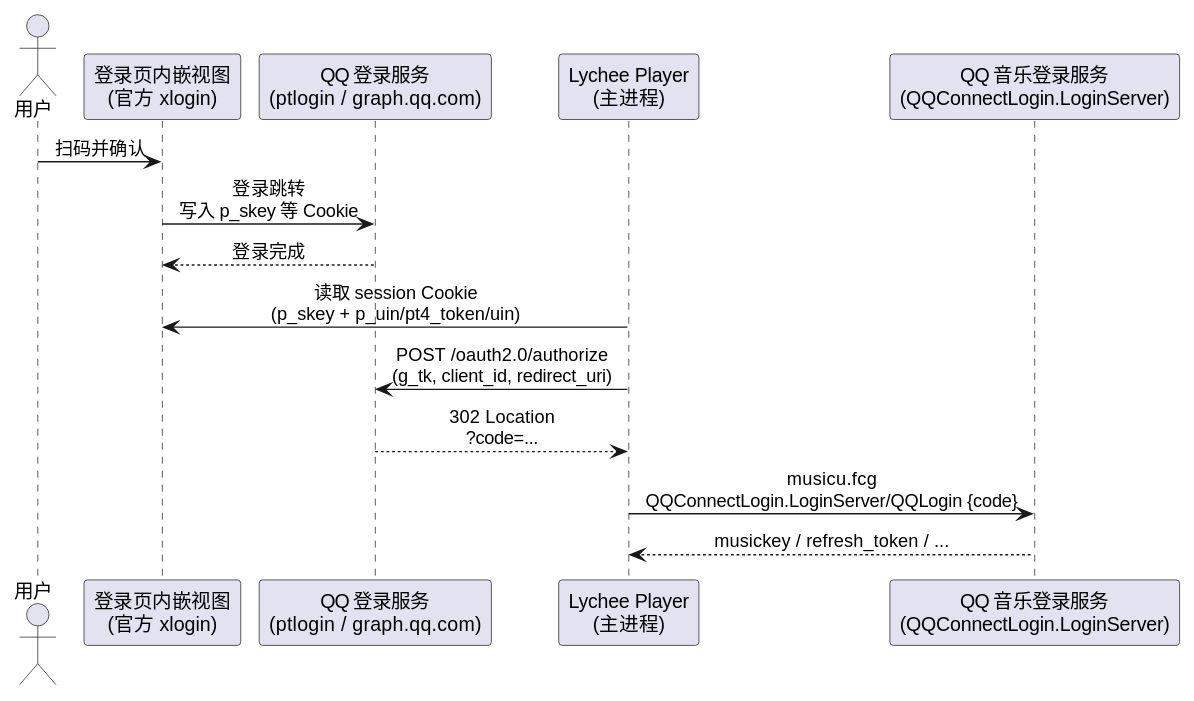
Earlier version of the PlantUML export diagram/prov-login.svg (54m43lJ/LycheePlayer). The source it was exported from:
```plantuml
@startuml
skinparam shadowing false
skinparam defaultTextAlignment center

actor 用户 as U
participant "登录页内嵌视图\n(官方 xlogin)" as XW
participant "QQ 登录服务\n(ptlogin / graph.qq.com)" as QQ
participant "Lychee Player\n(主进程)" as APP
participant "QQ 音乐登录服务\n(QQConnectLogin.LoginServer)" as QM

U -> XW : 扫码并确认
XW -> QQ : 登录跳转\n写入 p_skey 等 Cookie
QQ --> XW : 登录完成
APP -> XW : 读取 session Cookie\n(p_skey + p_uin/pt4_token/uin)
APP -> QQ : POST /oauth2.0/authorize\n(g_tk, client_id, redirect_uri)
QQ --> APP : 302 Location\n?code=...
APP -> QM : musicu.fcg\nQQConnectLogin.LoginServer/QQLogin {code}
QM --> APP : musickey / refresh_token / ...
@enduml
```
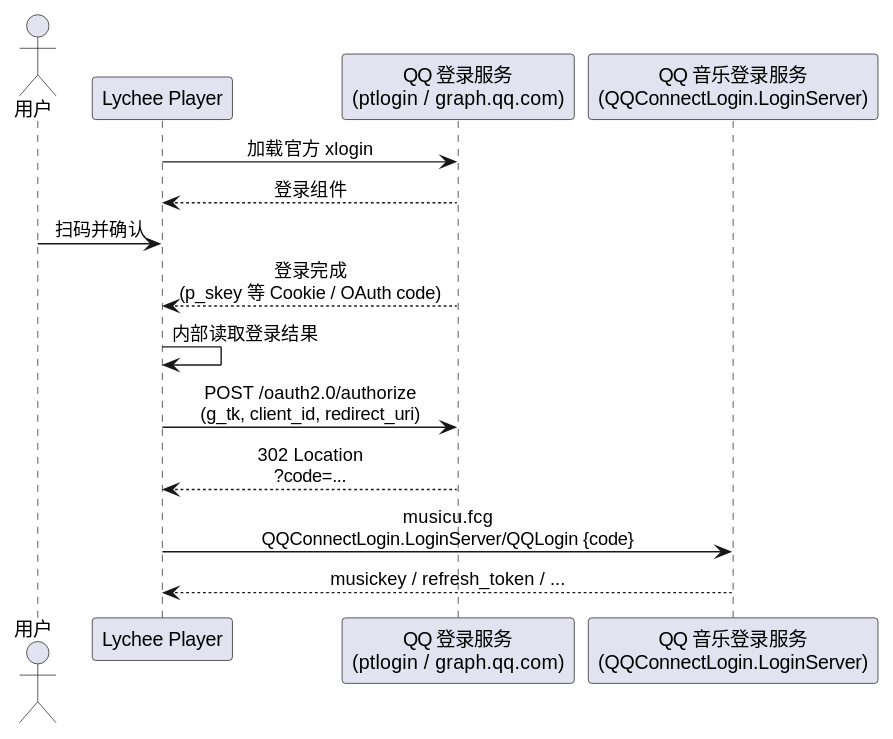
The same diagram one commit later.

Diff of the diagram source:
```diff
@@ -3,15 +3,15 @@
 skinparam defaultTextAlignment center
 
 actor 用户 as U
-participant "登录页内嵌视图\n(官方 xlogin)" as XW
+participant "Lychee Player" as APP
 participant "QQ 登录服务\n(ptlogin / graph.qq.com)" as QQ
-participant "Lychee Player\n(主进程)" as APP
 participant "QQ 音乐登录服务\n(QQConnectLogin.LoginServer)" as QM
 
-U -> XW : 扫码并确认
-XW -> QQ : 登录跳转\n写入 p_skey 等 Cookie
-QQ --> XW : 登录完成
-APP -> XW : 读取 session Cookie\n(p_skey + p_uin/pt4_token/uin)
+APP -> QQ : 加载官方 xlogin
+QQ --> APP : 登录组件
+U -> APP : 扫码并确认
+QQ --> APP : 登录完成\n(p_skey 等 Cookie / OAuth code)
+APP -> APP : 内部读取登录结果
 APP -> QQ : POST /oauth2.0/authorize\n(g_tk, client_id, redirect_uri)
 QQ --> APP : 302 Location\n?code=...
 APP -> QM : musicu.fcg\nQQConnectLogin.LoginServer/QQLogin {code}
```
